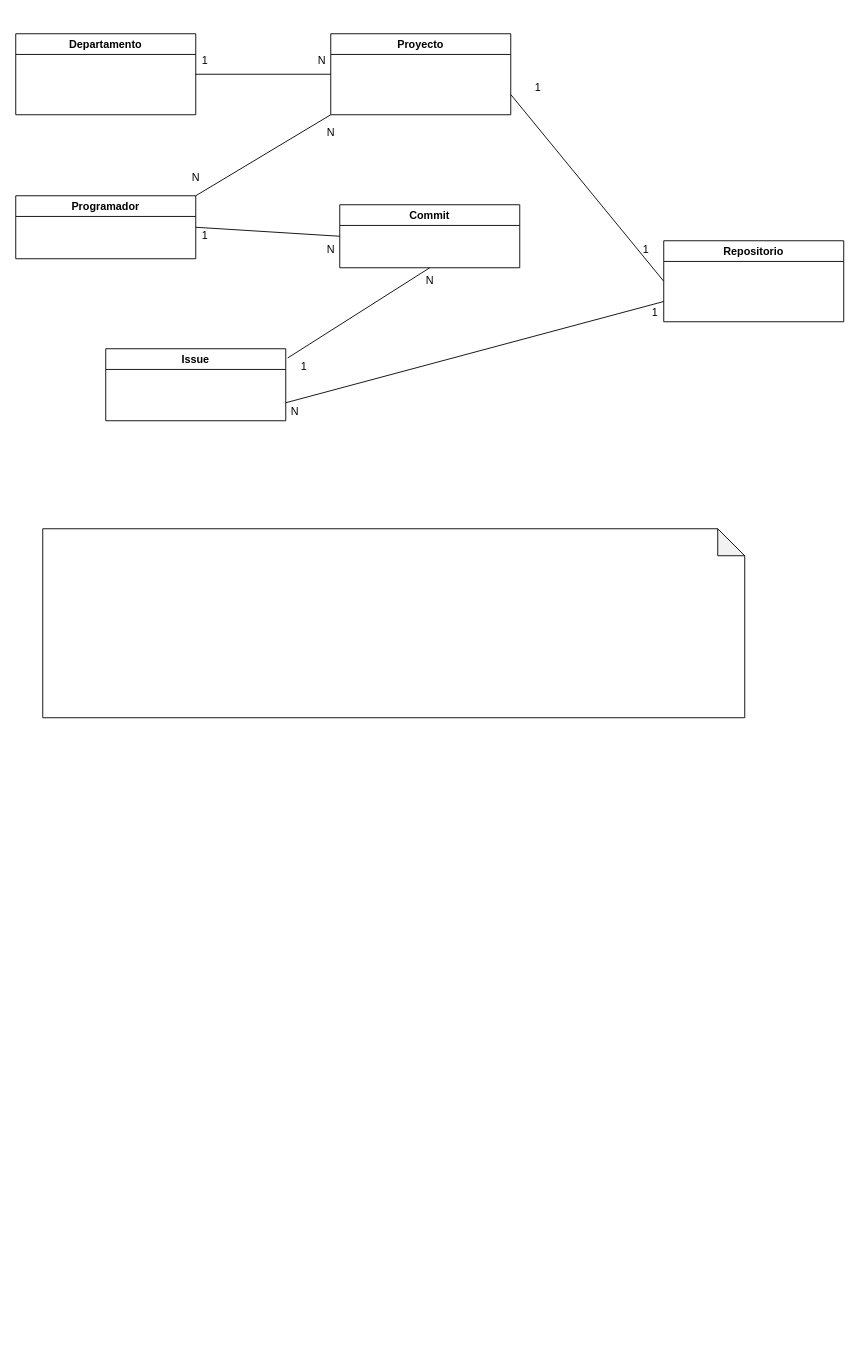
Above: diagrams/diagtrana.drawio in saulmella12/JPAMongoEnekoSaul (draw.io), before the change. Source tidied: cells renumbered, new cells numbered last; positions are measured from the earlier drawing's top-left corner, leaving out a move shared by most shapes. Both pictures are drawn from the tidied source at 90%, with x=0, y=0 at pixel (15, 33).
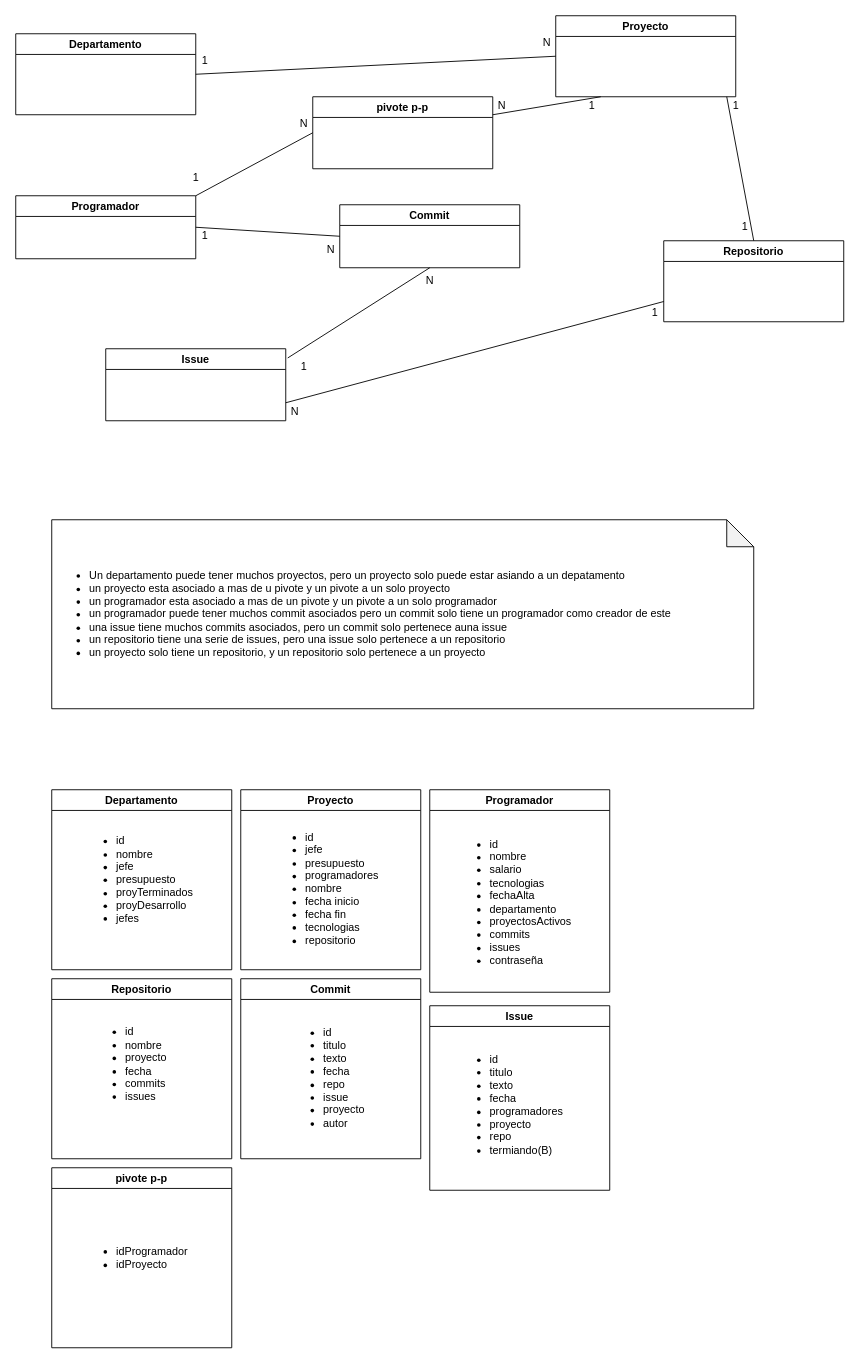
After the change.

Commit message:
diagrama terminado

The change refers to these unchanged cells:
```xml
<mxCell id="7" value="Programador" style="swimlane;" parent="1" vertex="1">
  <mxGeometry y="180" width="200" height="70" as="geometry" />
</mxCell>
<mxCell id="19" value="Repositorio" style="swimlane;" parent="1" vertex="1">
  <mxGeometry x="720" y="230" width="200" height="90" as="geometry" />
</mxCell>
```

What changed in the source:
```diff
@@
     <mxCell id="3" value="Proyecto" style="swimlane;" parent="1" vertex="1">
-      <mxGeometry x="350" width="200" height="90" as="geometry" />
+      <mxGeometry x="600" y="-20" width="200" height="90" as="geometry" />
     </mxCell>
@@
     <mxCell id="6" value="N" style="text;html=1;align=center;verticalAlign=middle;strokeColor=none;" parent="1" vertex="1">
-      <mxGeometry x="330" y="20" width="20" height="20" as="geometry" />
+      <mxGeometry x="580" width="20" height="20" as="geometry" />
     </mxCell>
@@
-    <mxCell id="8" style="endArrow=none;html=1;entryX=0;entryY=1;entryDx=0;entryDy=0;exitX=1;exitY=0;exitDx=0;exitDy=0;" parent="1" edge="1" source="7" target="3">
-      <mxGeometry relative="1" as="geometry" />
-    </mxCell>
-    <mxCell id="9" value="N" style="text;html=1;align=center;verticalAlign=middle;strokeColor=none;" parent="1" vertex="1">
-      <mxGeometry x="190" y="150" width="20" height="20" as="geometry" />
-    </mxCell>
-    <mxCell id="10" value="N" style="text;html=1;align=center;verticalAlign=middle;strokeColor=none;" parent="1" vertex="1">
-      <mxGeometry x="340" y="100" width="20" height="20" as="geometry" />
-    </mxCell>
@@
-    <mxCell id="20" style="endArrow=none;html=1;exitX=1;exitY=0.75;exitDx=0;exitDy=0;entryX=0;entryY=0.5;entryDx=0;entryDy=0;" parent="1" edge="1" source="3" target="19">
-      <mxGeometry relative="1" as="geometry" />
+    <mxCell id="20" style="endArrow=none;html=1;entryX=0.5;entryY=0;entryDx=0;entryDy=0;" parent="1" edge="1" target="19">
+      <mxGeometry relative="1" as="geometry">
+        <mxPoint x="790" y="70" as="sourcePoint" />
+      </mxGeometry>
     </mxCell>
     <mxCell id="21" value="1" style="text;html=1;align=center;verticalAlign=middle;strokeColor=none;" parent="1" vertex="1">
-      <mxGeometry x="570" y="50" width="20" height="20" as="geometry" />
+      <mxGeometry x="790" y="70" width="20" height="20" as="geometry" />
     </mxCell>
     <mxCell id="22" value="1" style="text;html=1;align=center;verticalAlign=middle;strokeColor=none;" parent="1" vertex="1">
-      <mxGeometry x="690" y="230" width="20" height="20" as="geometry" />
+      <mxGeometry x="800" y="205" width="20" height="20" as="geometry" />
     </mxCell>
@@
-    <mxCell id="26" style="shape=note;whiteSpace=wrap;html=1;backgroundOutline=1;darkOpacity=0.05;" parent="1" vertex="1">
-      <mxGeometry x="30" y="550" width="780" height="210" as="geometry" />
+    <mxCell id="26" value="&lt;ul&gt;&lt;li&gt;Un departamento puede tener muchos proyectos, pero un proyecto solo puede estar asiando a un depatamento&lt;/li&gt;&lt;li&gt;un proyecto esta asociado a mas de u pivote y un pivote a un solo proyecto&lt;/li&gt;&lt;li&gt;un programador esta asociado a mas de un pivote y un pivote a un solo programador&lt;/li&gt;&lt;li&gt;un programador puede tener muchos commit asociados pero un commit solo tiene un programador como creador de este&lt;/li&gt;&lt;li&gt;una issue tiene muchos commits asociados, pero un commit solo pertenece auna issue&lt;/li&gt;&lt;li&gt;un repositorio tiene una serie de issues, pero una issue solo pertenece a un repositorio&lt;/li&gt;&lt;li&gt;un proyecto solo tiene un repositorio, y un repositorio solo pertenece a un proyecto&lt;/li&gt;&lt;/ul&gt;" style="shape=note;whiteSpace=wrap;html=1;backgroundOutline=1;darkOpacity=0.05;align=left;" parent="1" vertex="1">
+      <mxGeometry x="40" y="540" width="780" height="210" as="geometry" />
     </mxCell>
+    <mxCell id="27" value="Departamento" style="swimlane;" parent="1" vertex="1">
+      <mxGeometry x="40" y="840" width="200" height="200" as="geometry" />
+    </mxCell>
+    <mxCell id="28" value="&lt;ul&gt;&lt;li&gt;id&lt;/li&gt;&lt;li&gt;nombre&lt;/li&gt;&lt;li&gt;jefe&lt;/li&gt;&lt;li&gt;presupuesto&lt;/li&gt;&lt;li&gt;proyTerminados&lt;/li&gt;&lt;li&gt;proyDesarrollo&lt;/li&gt;&lt;li&gt;jefes&lt;/li&gt;&lt;/ul&gt;" style="text;html=1;align=left;verticalAlign=middle;strokeColor=none;fillColor=none;" parent="27" vertex="1">
+      <mxGeometry x="30" y="15" width="140" height="170" as="geometry" />
+    </mxCell>
+    <mxCell id="29" value="Proyecto" style="swimlane;" parent="1" vertex="1">
+      <mxGeometry x="250" y="840" width="200" height="200" as="geometry" />
+    </mxCell>
+    <mxCell id="30" value="&lt;ul&gt;&lt;li&gt;id&lt;/li&gt;&lt;li&gt;jefe&lt;/li&gt;&lt;li&gt;presupuesto&lt;/li&gt;&lt;li&gt;programadores&lt;/li&gt;&lt;li&gt;nombre&lt;/li&gt;&lt;li&gt;fecha inicio&lt;/li&gt;&lt;li&gt;fecha fin&lt;/li&gt;&lt;li&gt;tecnologias&lt;/li&gt;&lt;li&gt;repositorio&lt;/li&gt;&lt;/ul&gt;" style="text;html=1;align=left;verticalAlign=middle;strokeColor=none;fillColor=none;" parent="29" vertex="1">
+      <mxGeometry x="30" y="5" width="140" height="210" as="geometry" />
+    </mxCell>
+    <mxCell id="31" value="Programador" style="swimlane;" parent="1" vertex="1">
+      <mxGeometry x="460" y="840" width="200" height="225" as="geometry" />
+    </mxCell>
+    <mxCell id="32" value="&lt;ul&gt;&lt;li&gt;id&lt;/li&gt;&lt;li&gt;nombre&lt;/li&gt;&lt;li&gt;salario&lt;/li&gt;&lt;li&gt;tecnologias&lt;/li&gt;&lt;li&gt;fechaAlta&lt;/li&gt;&lt;li&gt;departamento&lt;/li&gt;&lt;li&gt;proyectosActivos&lt;/li&gt;&lt;li&gt;commits&lt;/li&gt;&lt;li&gt;issues&lt;/li&gt;&lt;li&gt;contraseña&lt;/li&gt;&lt;/ul&gt;" style="text;html=1;align=left;verticalAlign=middle;strokeColor=none;fillColor=none;" parent="31" vertex="1">
+      <mxGeometry x="25" y="10" width="150" height="230" as="geometry" />
+    </mxCell>
+    <mxCell id="33" value="Repositorio" style="swimlane;" parent="1" vertex="1">
+      <mxGeometry x="40" y="1050" width="200" height="200" as="geometry" />
+    </mxCell>
+    <mxCell id="34" value="&lt;ul&gt;&lt;li&gt;id&lt;/li&gt;&lt;li&gt;nombre&lt;/li&gt;&lt;li&gt;proyecto&lt;/li&gt;&lt;li&gt;fecha&lt;/li&gt;&lt;li&gt;commits&lt;/li&gt;&lt;li&gt;issues&lt;/li&gt;&lt;/ul&gt;" style="text;html=1;align=left;verticalAlign=middle;strokeColor=none;fillColor=none;" parent="33" vertex="1">
+      <mxGeometry x="40" y="20" width="100" height="150" as="geometry" />
+    </mxCell>
+    <mxCell id="35" value="Commit" style="swimlane;" parent="1" vertex="1">
+      <mxGeometry x="250" y="1050" width="200" height="200" as="geometry" />
+    </mxCell>
+    <mxCell id="36" value="Issue" style="swimlane;" parent="1" vertex="1">
+      <mxGeometry x="460" y="1080" width="200" height="205" as="geometry" />
+    </mxCell>
+    <mxCell id="37" value="&lt;ul&gt;&lt;li&gt;id&lt;/li&gt;&lt;li&gt;titulo&lt;/li&gt;&lt;li&gt;texto&lt;/li&gt;&lt;li&gt;fecha&lt;/li&gt;&lt;li&gt;programadores&lt;/li&gt;&lt;li&gt;proyecto&lt;/li&gt;&lt;li&gt;repo&lt;/li&gt;&lt;li&gt;termiando(B)&lt;/li&gt;&lt;/ul&gt;" style="text;html=1;align=left;verticalAlign=middle;strokeColor=none;fillColor=none;" parent="36" vertex="1">
+      <mxGeometry x="25" y="15" width="140" height="190" as="geometry" />
+    </mxCell>
+    <mxCell id="38" value="pivote p-p" style="swimlane;" parent="1" vertex="1">
+      <mxGeometry x="40" y="1260" width="200" height="200" as="geometry" />
+    </mxCell>
+    <mxCell id="39" value="&lt;ul&gt;&lt;li&gt;idProgramador&lt;/li&gt;&lt;li&gt;idProyecto&lt;/li&gt;&lt;/ul&gt;" style="text;html=1;align=left;verticalAlign=middle;strokeColor=none;fillColor=none;" parent="38" vertex="1">
+      <mxGeometry x="30" y="65" width="130" height="70" as="geometry" />
+    </mxCell>
+    <mxCell id="40" value="pivote p-p" style="swimlane;" parent="1" vertex="1">
+      <mxGeometry x="330" y="70" width="200" height="80" as="geometry" />
+    </mxCell>
+    <mxCell id="41" style="endArrow=none;html=1;exitX=1;exitY=0;exitDx=0;exitDy=0;entryX=0;entryY=0.5;entryDx=0;entryDy=0;" parent="1" edge="1" source="7" target="40">
+      <mxGeometry relative="1" as="geometry" />
+    </mxCell>
+    <mxCell id="42" style="endArrow=none;html=1;entryX=0.25;entryY=1;entryDx=0;entryDy=0;exitX=1;exitY=0.25;exitDx=0;exitDy=0;" parent="1" edge="1" source="40" target="3">
+      <mxGeometry relative="1" as="geometry" />
+    </mxCell>
+    <mxCell id="43" value="1" style="text;html=1;align=center;verticalAlign=middle;strokeColor=none;fillColor=none;" parent="1" vertex="1">
+      <mxGeometry x="630" y="70" width="20" height="20" as="geometry" />
+    </mxCell>
+    <mxCell id="44" value="N" style="text;html=1;align=center;verticalAlign=middle;strokeColor=none;fillColor=none;" parent="1" vertex="1">
+      <mxGeometry x="530" y="70" width="20" height="20" as="geometry" />
+    </mxCell>
+    <mxCell id="45" value="1" style="text;html=1;align=center;verticalAlign=middle;strokeColor=none;fillColor=none;" parent="1" vertex="1">
+      <mxGeometry x="190" y="150" width="20" height="20" as="geometry" />
+    </mxCell>
+    <mxCell id="46" value="N" style="text;html=1;align=center;verticalAlign=middle;strokeColor=none;fillColor=none;" parent="1" vertex="1">
+      <mxGeometry x="310" y="90" width="20" height="20" as="geometry" />
+    </mxCell>
+    <mxCell id="47" value="&lt;ul&gt;&lt;li&gt;id&lt;/li&gt;&lt;li&gt;titulo&lt;/li&gt;&lt;li&gt;texto&lt;/li&gt;&lt;li&gt;fecha&lt;/li&gt;&lt;li&gt;repo&lt;/li&gt;&lt;li&gt;issue&lt;/li&gt;&lt;li&gt;proyecto&lt;/li&gt;&lt;li&gt;autor&lt;/li&gt;&lt;/ul&gt;" style="text;html=1;align=left;verticalAlign=middle;strokeColor=none;fillColor=none;" parent="1" vertex="1">
+      <mxGeometry x="300" y="1065" width="100" height="190" as="geometry" />
+    </mxCell>
```
